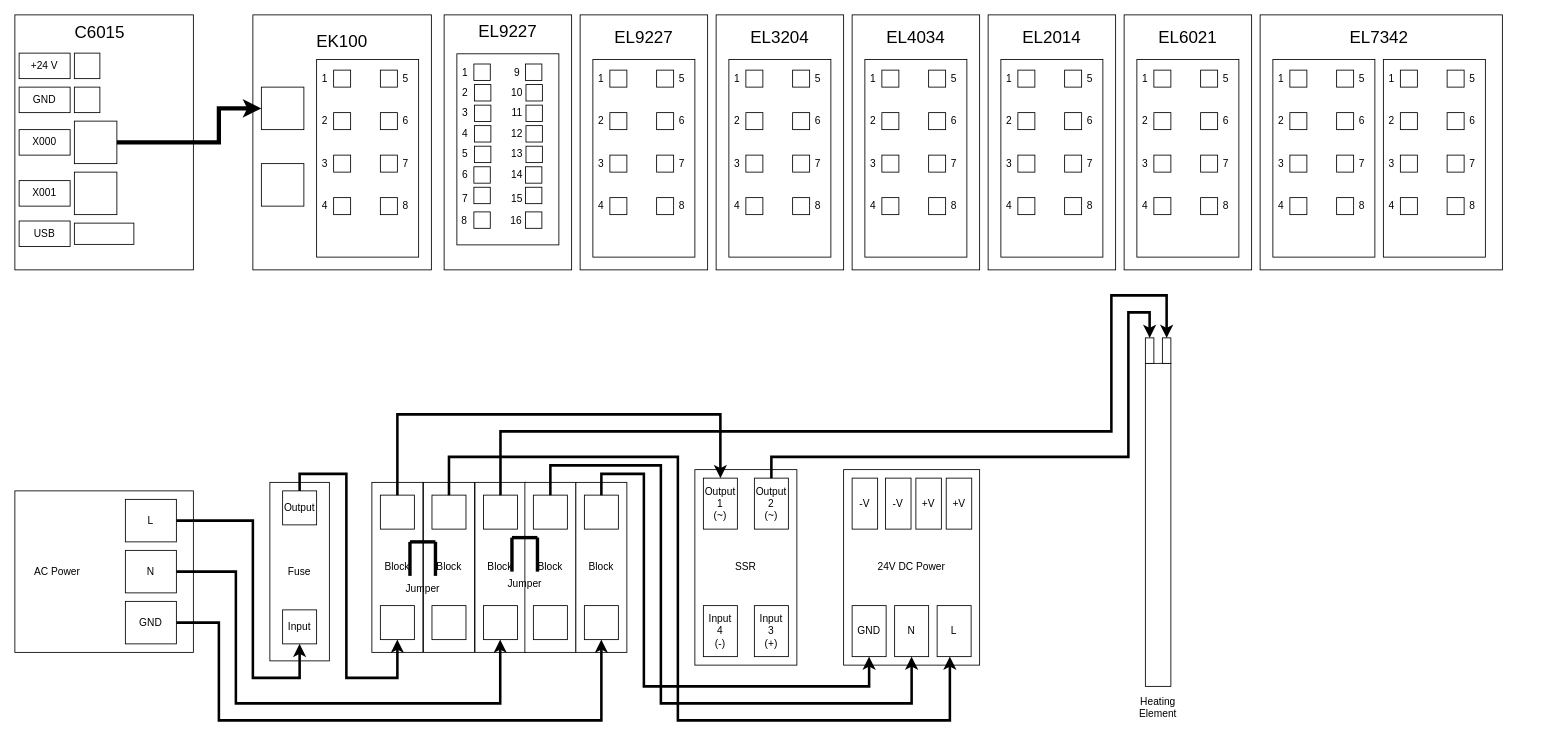
Earlier version of the draw.io diagram Wiring Diagram.drawio (brandonyin1/CoffeeMaker). Source tidied: cells renumbered, new cells numbered last; positions are measured from the earlier drawing's top-left corner, leaving out a move shared by most shapes. Both pictures are drawn from the tidied source at 85%, with x=0, y=0 at pixel (14, 14).
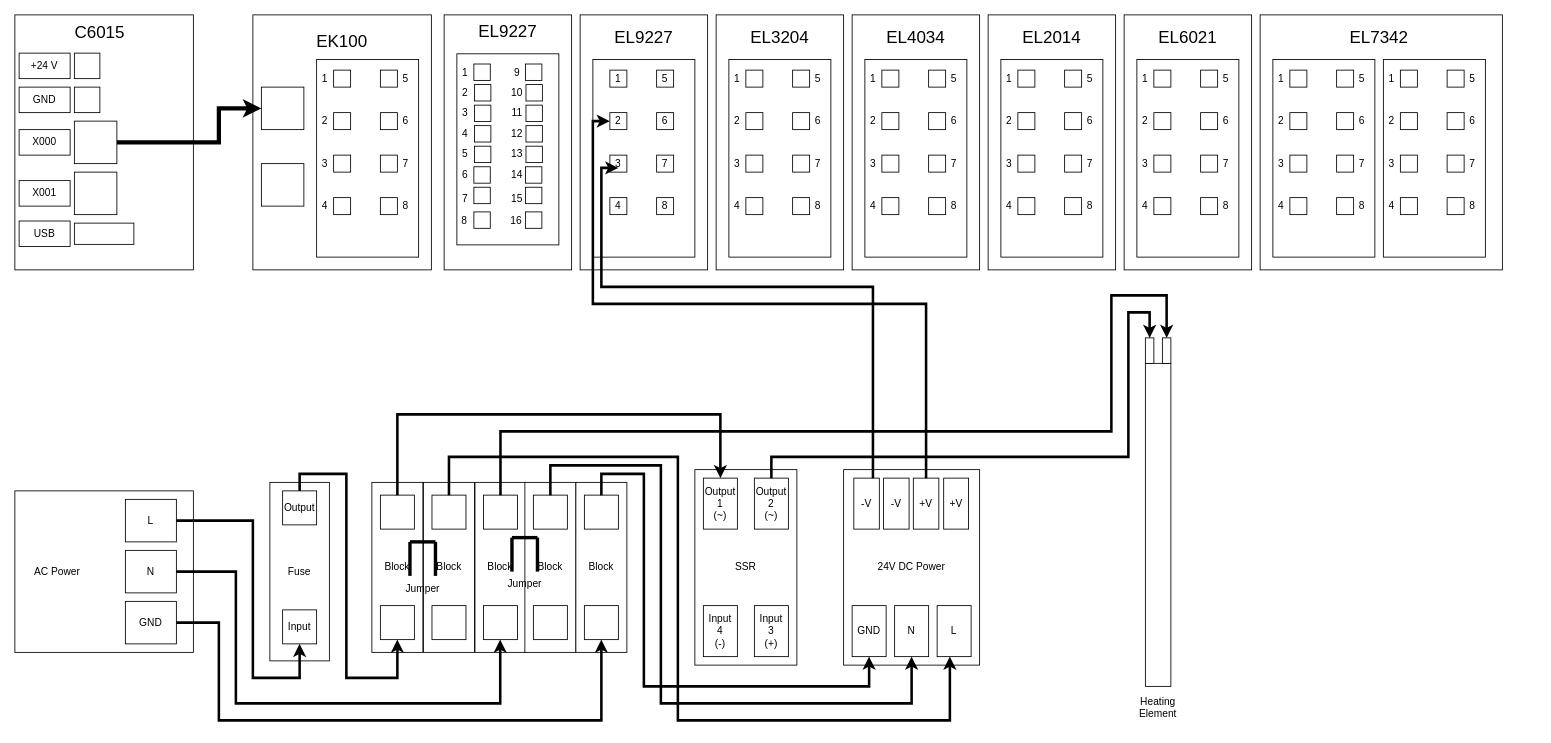
The same diagram, later.

Unchanged cells that the change refers to:
```xml
<mxCell id="2" style="group;" parent="1" vertex="1">
  <mxGeometry x="660" width="155" height="300" as="geometry" />
</mxCell>
```

Diff of the diagram source:
```diff
@@
-    <mxCell id="6" style="whiteSpace=wrap;html=1;" parent="2" vertex="1">
+    <mxCell id="6" value="1" style="whiteSpace=wrap;html=1;" parent="2" vertex="1">
       <mxGeometry x="40" y="65" width="20" height="20" as="geometry" />
     </mxCell>
-    <mxCell id="7" style="whiteSpace=wrap;html=1;" parent="2" vertex="1">
+    <mxCell id="7" value="5" style="whiteSpace=wrap;html=1;" parent="2" vertex="1">
       <mxGeometry x="95" y="65" width="20" height="20" as="geometry" />
     </mxCell>
-    <mxCell id="8" style="whiteSpace=wrap;html=1;" parent="2" vertex="1">
+    <mxCell id="8" value="2" style="whiteSpace=wrap;html=1;" parent="2" vertex="1">
       <mxGeometry x="40" y="115" width="20" height="20" as="geometry" />
     </mxCell>
-    <mxCell id="9" style="whiteSpace=wrap;html=1;" parent="2" vertex="1">
+    <mxCell id="9" value="6" style="whiteSpace=wrap;html=1;" parent="2" vertex="1">
       <mxGeometry x="95" y="115" width="20" height="20" as="geometry" />
     </mxCell>
-    <mxCell id="10" style="whiteSpace=wrap;html=1;" parent="2" vertex="1">
+    <mxCell id="10" value="3" style="whiteSpace=wrap;html=1;" parent="2" vertex="1">
       <mxGeometry x="40" y="165" width="20" height="20" as="geometry" />
     </mxCell>
-    <mxCell id="11" style="whiteSpace=wrap;html=1;" parent="2" vertex="1">
+    <mxCell id="11" value="7" style="whiteSpace=wrap;html=1;" parent="2" vertex="1">
       <mxGeometry x="95" y="165" width="20" height="20" as="geometry" />
     </mxCell>
-    <mxCell id="12" style="whiteSpace=wrap;html=1;" parent="2" vertex="1">
+    <mxCell id="12" value="4" style="whiteSpace=wrap;html=1;" parent="2" vertex="1">
       <mxGeometry x="40" y="215" width="20" height="20" as="geometry" />
     </mxCell>
-    <mxCell id="13" style="whiteSpace=wrap;html=1;" parent="2" vertex="1">
+    <mxCell id="13" value="8" style="whiteSpace=wrap;html=1;" parent="2" vertex="1">
       <mxGeometry x="95" y="215" width="20" height="20" as="geometry" />
     </mxCell>
-    <mxCell id="14" value="1" style="text;html=1;whiteSpace=wrap;strokeColor=none;fillColor=none;align=center;verticalAlign=middle;rounded=0;fontColor=light-dark(#000000,#000000);" parent="2" vertex="1">
-      <mxGeometry y="60" width="60" height="30" as="geometry" />
-    </mxCell>
-    <mxCell id="15" value="2" style="text;html=1;whiteSpace=wrap;strokeColor=none;fillColor=none;align=center;verticalAlign=middle;rounded=0;fontColor=light-dark(#000000,#000000);" parent="2" vertex="1">
-      <mxGeometry y="110" width="60" height="30" as="geometry" />
-    </mxCell>
-    <mxCell id="16" value="3" style="text;html=1;whiteSpace=wrap;strokeColor=none;fillColor=none;align=center;verticalAlign=middle;rounded=0;fontColor=light-dark(#000000,#000000);" parent="2" vertex="1">
-      <mxGeometry y="160" width="60" height="30" as="geometry" />
-    </mxCell>
-    <mxCell id="17" value="4" style="text;html=1;whiteSpace=wrap;strokeColor=none;fillColor=none;align=center;verticalAlign=middle;rounded=0;fontColor=light-dark(#000000,#000000);" parent="2" vertex="1">
-      <mxGeometry y="210" width="60" height="30" as="geometry" />
-    </mxCell>
-    <mxCell id="18" value="8" style="text;html=1;whiteSpace=wrap;strokeColor=none;fillColor=none;align=center;verticalAlign=middle;rounded=0;fontColor=light-dark(#000000,#000000);" parent="2" vertex="1">
-      <mxGeometry x="95" y="210" width="60" height="30" as="geometry" />
-    </mxCell>
-    <mxCell id="19" value="7" style="text;html=1;whiteSpace=wrap;strokeColor=none;fillColor=none;align=center;verticalAlign=middle;rounded=0;fontColor=light-dark(#000000,#000000);" parent="2" vertex="1">
-      <mxGeometry x="95" y="160" width="60" height="30" as="geometry" />
-    </mxCell>
-    <mxCell id="20" value="6" style="text;html=1;whiteSpace=wrap;strokeColor=none;fillColor=none;align=center;verticalAlign=middle;rounded=0;fontColor=light-dark(#000000,#000000);" parent="2" vertex="1">
-      <mxGeometry x="95" y="110" width="60" height="30" as="geometry" />
-    </mxCell>
-    <mxCell id="21" value="5" style="text;html=1;whiteSpace=wrap;strokeColor=none;fillColor=none;align=center;verticalAlign=middle;rounded=0;fontColor=light-dark(#000000,#000000);" parent="2" vertex="1">
-      <mxGeometry x="95" y="60" width="60" height="30" as="geometry" />
-    </mxCell>
@@
     <mxCell id="226" style="group;" parent="1" vertex="1">
-      <mxGeometry x="975" y="535" width="160" height="230" as="geometry" />
+      <mxGeometry x="975" y="535" width="170" height="230" as="geometry" />
     </mxCell>
@@
     <mxCell id="228" value="-V" style="whiteSpace=wrap;html=1;" parent="226" vertex="1">
-      <mxGeometry x="10" y="10" width="30" height="60" as="geometry" />
+      <mxGeometry x="12" y="10" width="30" height="60" as="geometry" />
     </mxCell>
@@
     <mxCell id="232" value="-V" style="whiteSpace=wrap;html=1;" parent="226" vertex="1">
-      <mxGeometry x="49.3" y="10" width="30" height="60" as="geometry" />
+      <mxGeometry x="47" y="10" width="30" height="60" as="geometry" />
     </mxCell>
     <mxCell id="233" value="+V" style="whiteSpace=wrap;html=1;" parent="226" vertex="1">
-      <mxGeometry x="85" y="10" width="30" height="60" as="geometry" />
+      <mxGeometry x="82" y="10" width="30" height="60" as="geometry" />
     </mxCell>
     <mxCell id="234" value="+V" style="whiteSpace=wrap;html=1;" parent="226" vertex="1">
-      <mxGeometry x="120.7" y="10" width="30" height="60" as="geometry" />
+      <mxGeometry x="117.7" y="10" width="29.3" height="60" as="geometry" />
     </mxCell>
@@
+    <mxCell id="279" style="edgeStyle=orthogonalEdgeStyle;rounded=0;jettySize=auto;html=1;exitX=0.75;exitY=0;exitDx=0;exitDy=0;strokeColor=light-dark(#000000,#666666);strokeWidth=3;" parent="1" edge="1" source="228">
+      <mxGeometry relative="1" as="geometry">
+        <mxPoint x="710" y="180" as="targetPoint" />
+        <Array as="points">
+          <mxPoint x="1009" y="320" />
+          <mxPoint x="690" y="320" />
+          <mxPoint x="690" y="180" />
+        </Array>
+      </mxGeometry>
+    </mxCell>
+    <mxCell id="280" style="edgeStyle=orthogonalEdgeStyle;rounded=0;jettySize=auto;html=1;entryX=0;entryY=0.5;entryDx=0;entryDy=0;strokeColor=light-dark(#000000,#CC0000);strokeWidth=3;" parent="1" edge="1" source="233" target="8">
+      <mxGeometry relative="1" as="geometry">
+        <Array as="points">
+          <mxPoint x="1072" y="340" />
+          <mxPoint x="680" y="340" />
+          <mxPoint x="680" y="125" />
+        </Array>
+      </mxGeometry>
+    </mxCell>
```
